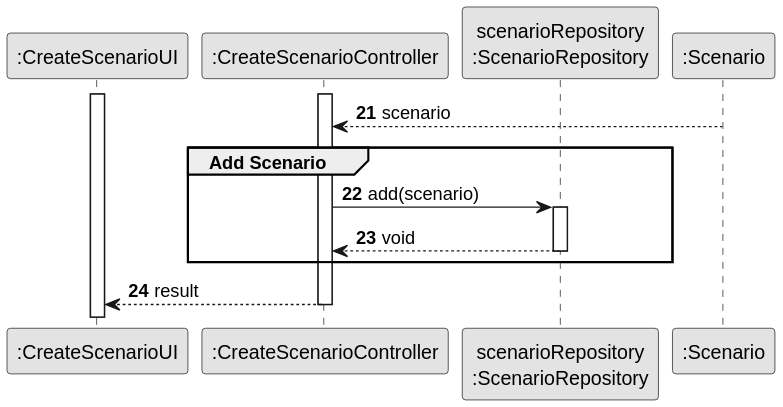
Above: docs/sprint3/us004/03.design/svg/us004-sd-partial-add-scenario.svg in ivasduarte/all-aboard (PlantUML), before the change. Source of this version:
```plantuml
@startuml
skinparam monochrome true
skinparam packageStyle rectangle
skinparam shadowing false

participant ":CreateScenarioUI" as UI
participant ":CreateScenarioController" as CTRL
participant "scenarioRepository\n:ScenarioRepository" as Repo
participant ":Scenario" as Scenario

activate UI
activate CTRL

autonumber 21
Scenario --> CTRL : scenario
deactivate Scenario

group Add Scenario
    CTRL -> Repo : add(scenario)
    activate Repo
    Repo --> CTRL : void
    deactivate Repo
end

CTRL --> UI : result
deactivate CTRL
@enduml
```
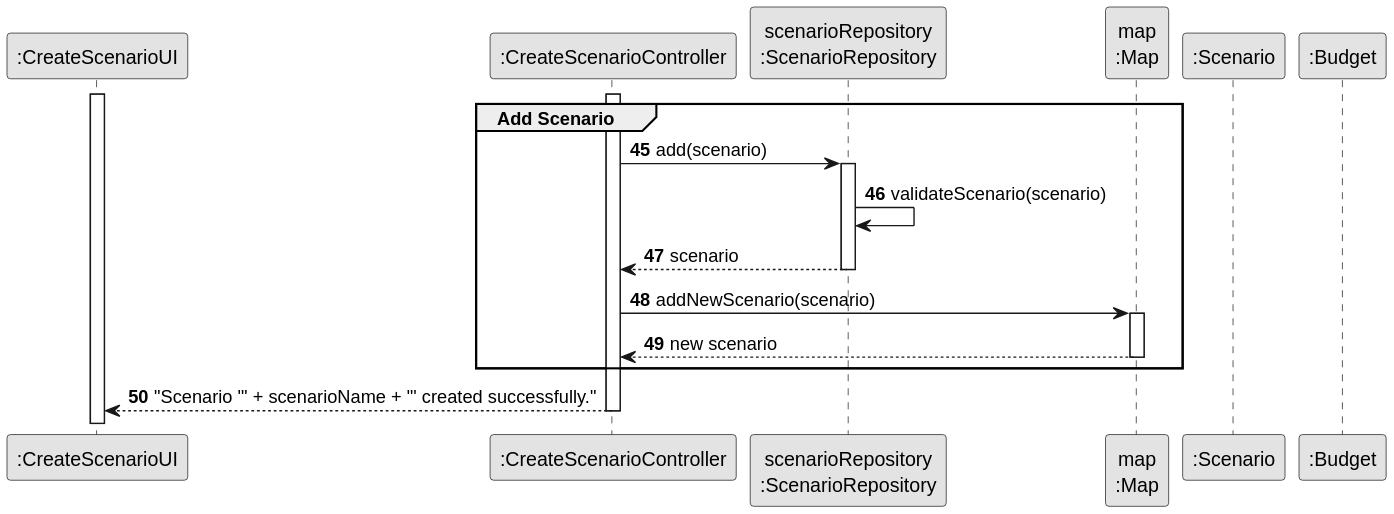
After the change.

Change to the diagram source:
```diff
@@ -6,22 +6,28 @@
 participant ":CreateScenarioUI" as UI
 participant ":CreateScenarioController" as CTRL
 participant "scenarioRepository\n:ScenarioRepository" as Repo
+participant "map\n:Map" as Map
 participant ":Scenario" as Scenario
+participant ":Budget" as Budget
+
+autonumber 45
 
 activate UI
 activate CTRL
 
-autonumber 21
-Scenario --> CTRL : scenario
-deactivate Scenario
-
 group Add Scenario
     CTRL -> Repo : add(scenario)
     activate Repo
-    Repo --> CTRL : void
+    Repo -> Repo : validateScenario(scenario)
+    Repo --> CTRL : scenario
     deactivate Repo
+
+    CTRL -> Map : addNewScenario(scenario)
+    activate Map
+    Map --> CTRL : new scenario
+    deactivate Map
 end
 
-CTRL --> UI : result
+CTRL --> UI : "Scenario '" + scenarioName + "' created successfully."
 deactivate CTRL
 @enduml
```
